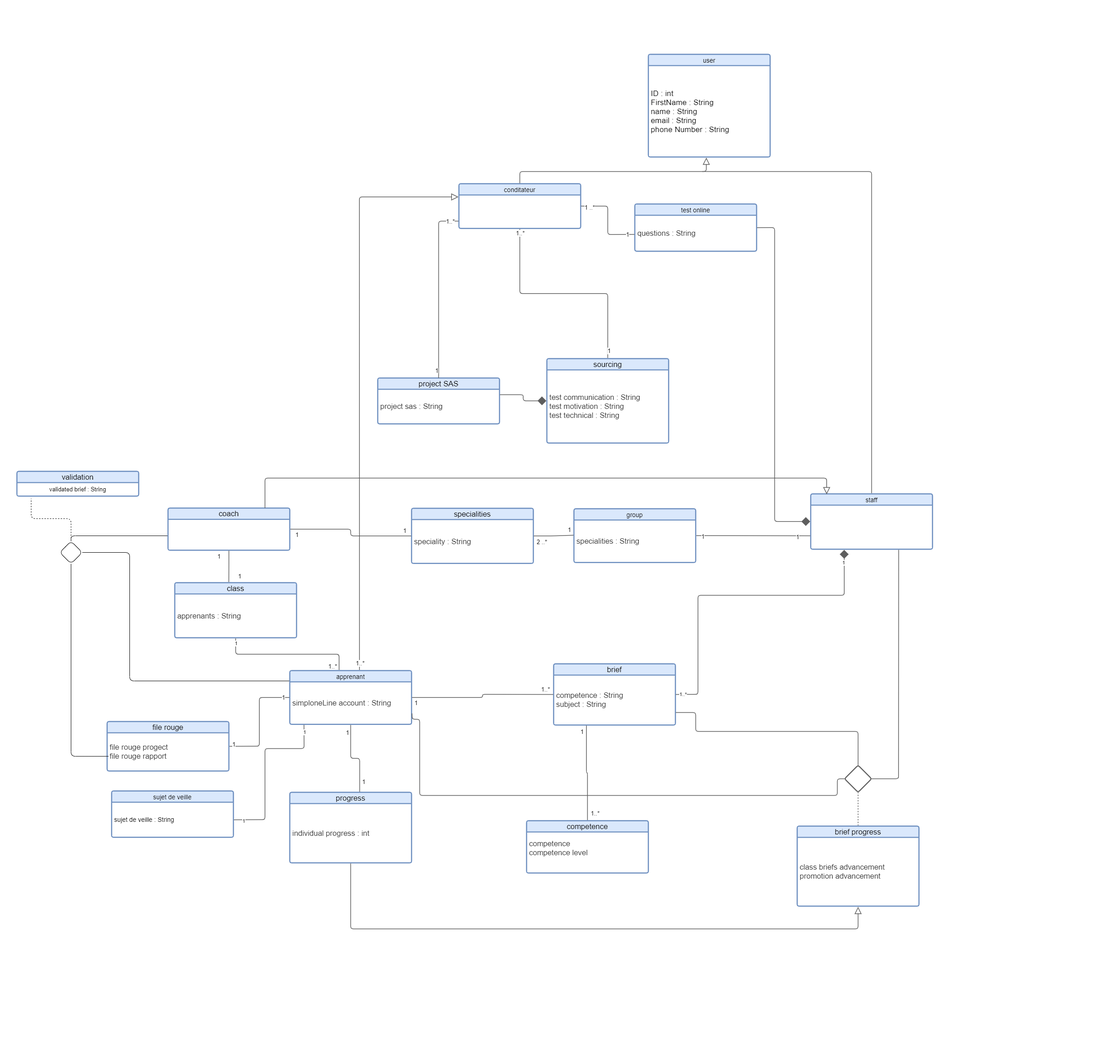
This is diagrams/class diagrame.png from Rvey/Briefs-2, a draw.io export, as it was before one commit. Source tidied: cells renumbered, new cells last; positions are measured from the earlier drawing's top-left corner, leaving out a move shared by most shapes.
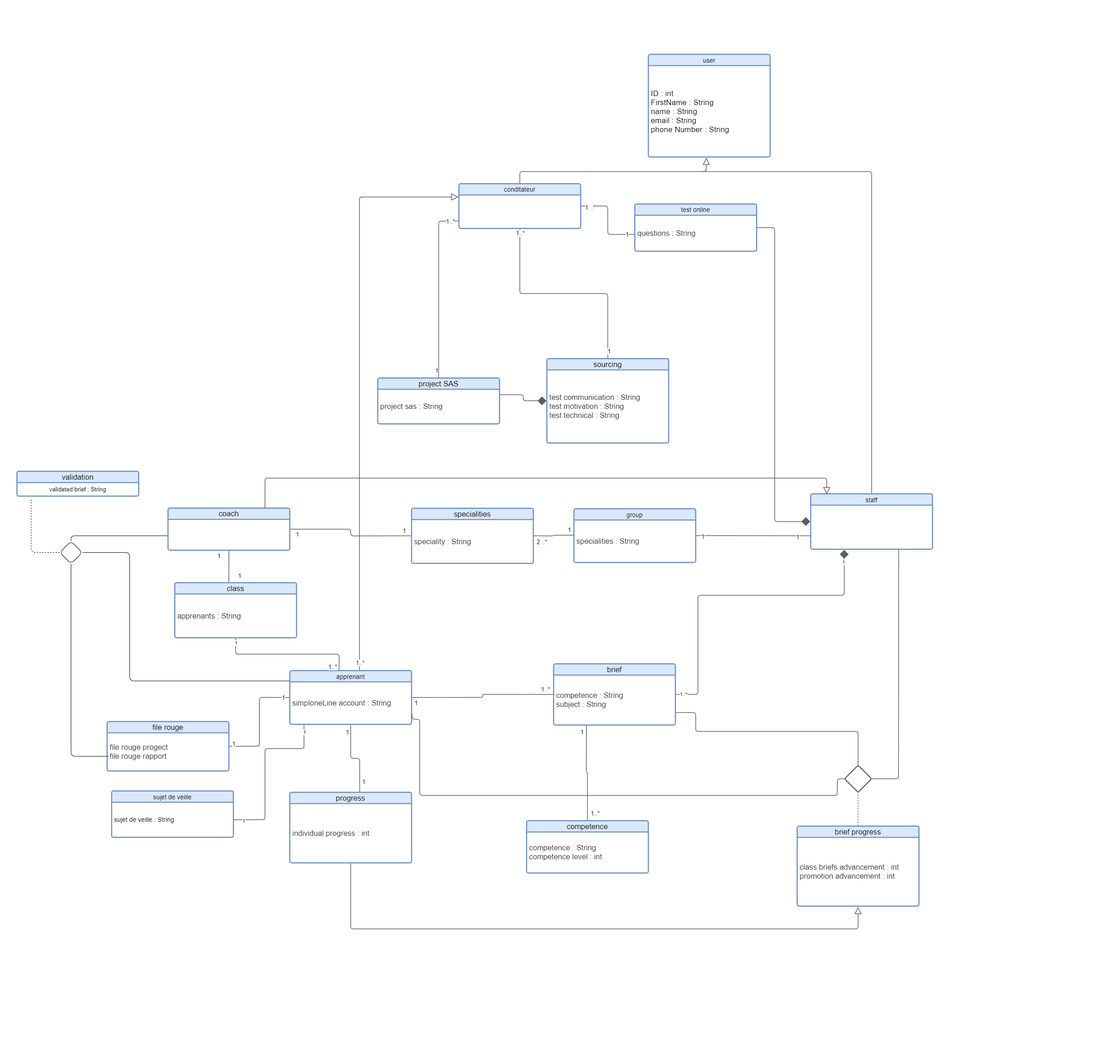
Later version of the same file.

Commit message:
add diagram d'etat transition

The edit, as a diff of the source:
```diff
@@ -166,7 +166,7 @@
     <mxCell id="41" value="competence" style="html=1;overflow=block;blockSpacing=1;whiteSpace=wrap;swimlane;horizontal=1;fontStyle=0;swimlaneFillColor=#ffffff;startSize=25;whiteSpace=wrap;fontSize=16.7;whiteSpace=wrap;align=center;spacing=0;strokeColor=#6c8ebf;strokeOpacity=100;absoluteArcSize=1;arcSize=9;strokeWidth=2.3;fillColor=#dae8fc;rounded=1;" parent="1" vertex="1">
       <mxGeometry x="1130" y="1700" width="270" height="116" as="geometry" />
     </mxCell>
-    <mxCell id="42" value="competence &#10;competence level&#10;" style="html=1;whiteSpace=wrap;strokeColor=none;fillColor=none;align=left;verticalAlign=middle;spacingLeft=4;spacingRight=4;overflow=hidden;swimlaneFillColor=#ffffff;strokeOpacity=100;whiteSpace=wrap;fontSize=16.7;fontColor=#333333;rounded=1;" parent="41" vertex="1">
+    <mxCell id="42" value="competence : String&lt;br&gt;competence level : int" style="html=1;whiteSpace=wrap;strokeColor=none;fillColor=none;align=left;verticalAlign=middle;spacingLeft=4;spacingRight=4;overflow=hidden;swimlaneFillColor=#ffffff;strokeOpacity=100;whiteSpace=wrap;fontSize=16.7;fontColor=#333333;rounded=1;" parent="41" vertex="1">
       <mxGeometry y="25" width="270" height="91" as="geometry" />
     </mxCell>
     <mxCell id="43" style="html=1;jettySize=18;whiteSpace=wrap;fontSize=13;strokeColor=#5E5E5E;strokeWidth=1.5;arcSize=12;edgeStyle=orthogonalEdgeStyle;startArrow=none;endArrow=none;exitX=0.5;exitY=1.013;exitPerimeter=0;" parent="1" edge="1" source="25">
@@ -206,7 +206,7 @@
     <mxCell id="50" value="brief progress" style="html=1;overflow=block;blockSpacing=1;whiteSpace=wrap;swimlane;horizontal=1;fontStyle=0;swimlaneFillColor=#ffffff;startSize=25;whiteSpace=wrap;fontSize=16.7;whiteSpace=wrap;align=center;spacing=0;strokeColor=#6c8ebf;strokeOpacity=100;absoluteArcSize=1;arcSize=9;strokeWidth=2.3;fillColor=#dae8fc;rounded=1;" parent="1" vertex="1">
       <mxGeometry x="1730" y="1712" width="270" height="177.5" as="geometry" />
     </mxCell>
-    <mxCell id="51" value="class briefs advancement &#10;promotion advancement" style="html=1;whiteSpace=wrap;strokeColor=none;fillColor=none;align=left;verticalAlign=middle;spacingLeft=4;spacingRight=4;overflow=hidden;swimlaneFillColor=#ffffff;strokeOpacity=100;whiteSpace=wrap;fontSize=16.7;fontColor=#333333;rounded=1;" parent="50" vertex="1">
+    <mxCell id="51" value="class briefs advancement : int&lt;br&gt;promotion advancement : int" style="html=1;whiteSpace=wrap;strokeColor=none;fillColor=none;align=left;verticalAlign=middle;spacingLeft=4;spacingRight=4;overflow=hidden;swimlaneFillColor=#ffffff;strokeOpacity=100;whiteSpace=wrap;fontSize=16.7;fontColor=#333333;rounded=1;" parent="50" vertex="1">
       <mxGeometry y="25" width="270" height="152.5" as="geometry" />
     </mxCell>
     <mxCell id="52" value=" progress" style="html=1;overflow=block;blockSpacing=1;whiteSpace=wrap;swimlane;horizontal=1;fontStyle=0;swimlaneFillColor=#ffffff;startSize=25;whiteSpace=wrap;fontSize=16.7;whiteSpace=wrap;align=center;spacing=0;strokeColor=#6c8ebf;strokeOpacity=100;absoluteArcSize=1;arcSize=9;strokeWidth=2.3;fillColor=#dae8fc;rounded=1;" parent="1" vertex="1">
@@ -389,7 +389,11 @@
       <mxGeometry relative="1" as="geometry" />
     </mxCell>
     <mxCell id="94" style="edgeStyle=orthogonalEdgeStyle;jettySize=auto;html=1;endArrow=none;endFill=0;dashed=1;entryX=0.117;entryY=1.185;entryDx=0;entryDy=0;entryPerimeter=0;" parent="1" edge="1" source="95" target="92">
-      <mxGeometry relative="1" as="geometry" />
+      <mxGeometry relative="1" as="geometry">
+        <Array as="points">
+          <mxPoint x="32" y="1105" />
+        </Array>
+      </mxGeometry>
     </mxCell>
     <mxCell id="95" style="rhombus;whiteSpace=wrap;html=1;align=center;rounded=1;" parent="1" vertex="1">
       <mxGeometry x="95" y="1080" width="50" height="50" as="geometry" />
```
